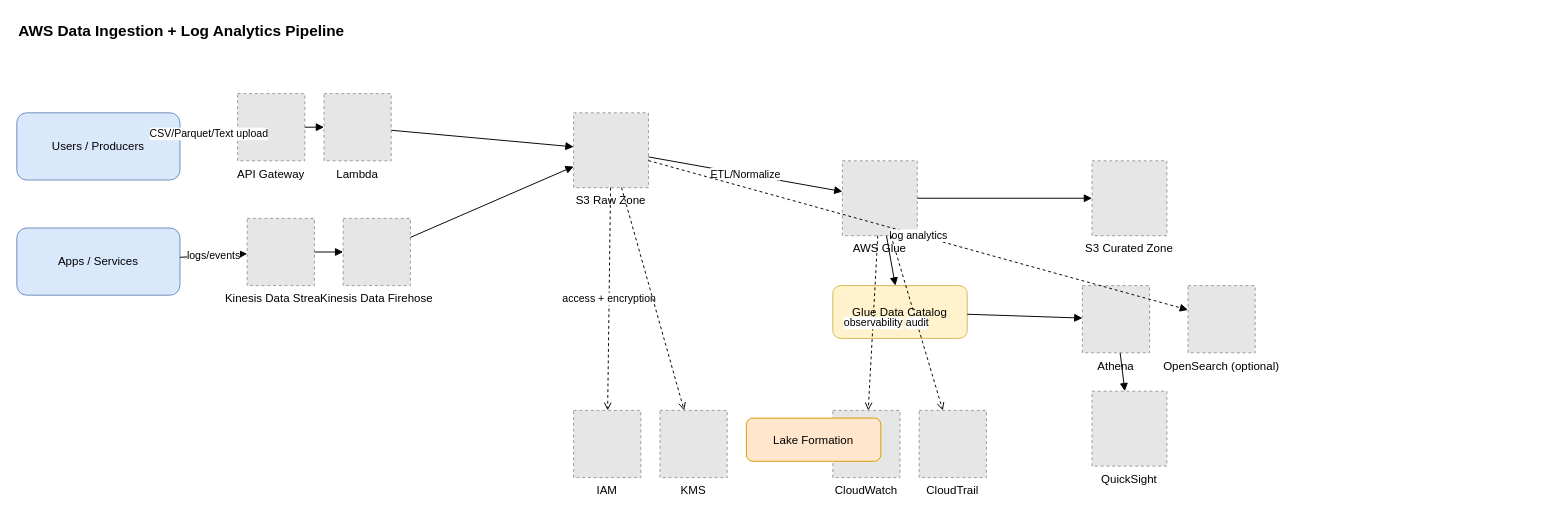
This is architecture-kit/examples/data-ingestion-pipeline-aws.drawio from rohittewari/openclaw-repo, a draw.io file, before an edit. Source tidied: cells renumbered, new cells numbered last; positions are measured from the earlier drawing's top-left corner, leaving out a move shared by most shapes. Both pictures are drawn from the tidied source at 96%, with x=0, y=0 at pixel (16, 16). Pictures stored in the file or linked from it are replaced by grey dashed boxes.
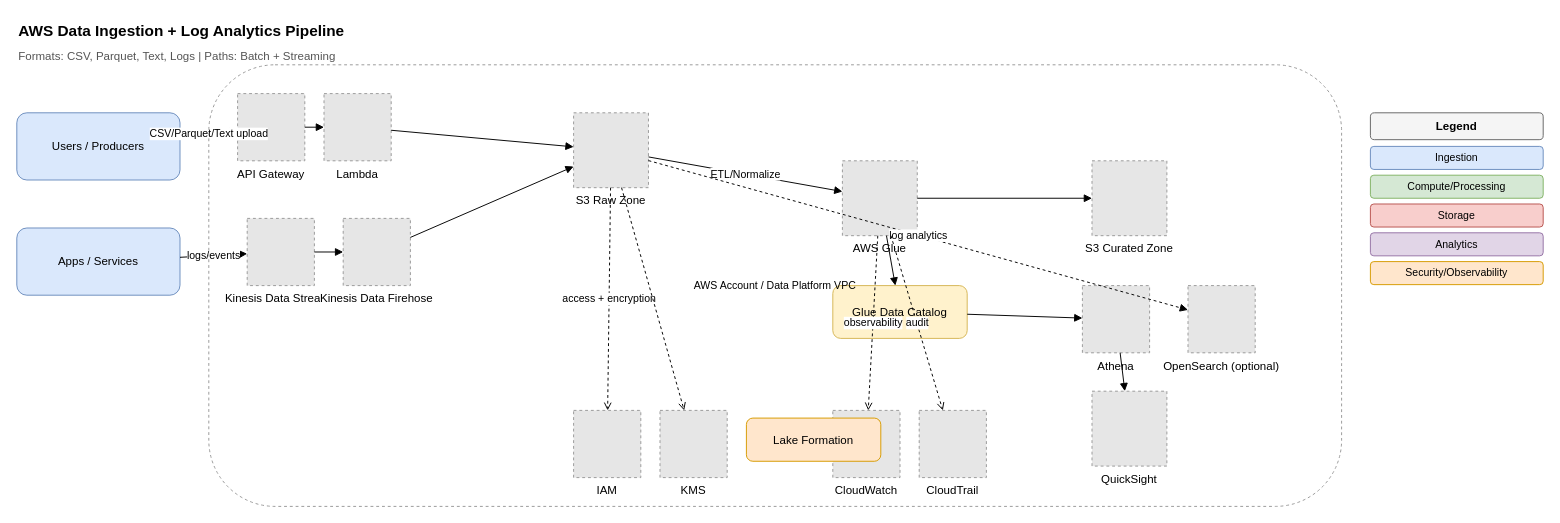
The same diagram, later.

Commit message:
docs: polish AWS ingestion diagram with boundary and legend

Change to the diagram source:
```diff
@@
+    <mxCell id="37" value="AWS Account / Data Platform VPC" style="rounded=1;whiteSpace=wrap;html=1;dashed=1;strokeColor=#999999;fillColor=none;fontSize=11;" parent="1" vertex="1">
+      <mxGeometry x="200" y="50" width="1180" height="460" as="geometry" />
+    </mxCell>
+    <mxCell id="38" value="Legend" style="rounded=1;whiteSpace=wrap;html=1;fillColor=#f5f5f5;strokeColor=#666666;fontStyle=1;" parent="1" vertex="1">
+      <mxGeometry x="1410" y="100" width="180" height="28" as="geometry" />
+    </mxCell>
+    <mxCell id="39" value="Ingestion" style="rounded=1;whiteSpace=wrap;html=1;fillColor=#dae8fc;strokeColor=#6c8ebf;fontSize=11;" parent="1" vertex="1">
+      <mxGeometry x="1410" y="135" width="180" height="24" as="geometry" />
+    </mxCell>
+    <mxCell id="40" value="Compute/Processing" style="rounded=1;whiteSpace=wrap;html=1;fillColor=#d5e8d4;strokeColor=#82b366;fontSize=11;" parent="1" vertex="1">
+      <mxGeometry x="1410" y="165" width="180" height="24" as="geometry" />
+    </mxCell>
+    <mxCell id="41" value="Storage" style="rounded=1;whiteSpace=wrap;html=1;fillColor=#f8cecc;strokeColor=#b85450;fontSize=11;" parent="1" vertex="1">
+      <mxGeometry x="1410" y="195" width="180" height="24" as="geometry" />
+    </mxCell>
+    <mxCell id="42" value="Analytics" style="rounded=1;whiteSpace=wrap;html=1;fillColor=#e1d5e7;strokeColor=#9673a6;fontSize=11;" parent="1" vertex="1">
+      <mxGeometry x="1410" y="225" width="180" height="24" as="geometry" />
+    </mxCell>
+    <mxCell id="43" value="Security/Observability" style="rounded=1;whiteSpace=wrap;html=1;fillColor=#ffe6cc;strokeColor=#d79b00;fontSize=11;" parent="1" vertex="1">
+      <mxGeometry x="1410" y="255" width="180" height="24" as="geometry" />
+    </mxCell>
+    <mxCell id="44" value="Formats: CSV, Parquet, Text, Logs | Paths: Batch + Streaming" style="text;html=1;strokeColor=none;fillColor=none;align=left;verticalAlign=middle;whiteSpace=wrap;fontSize=12;fontColor=#555555;" parent="1" vertex="1">
+      <mxGeometry y="30" width="760" height="22" as="geometry" />
+    </mxCell>
```
